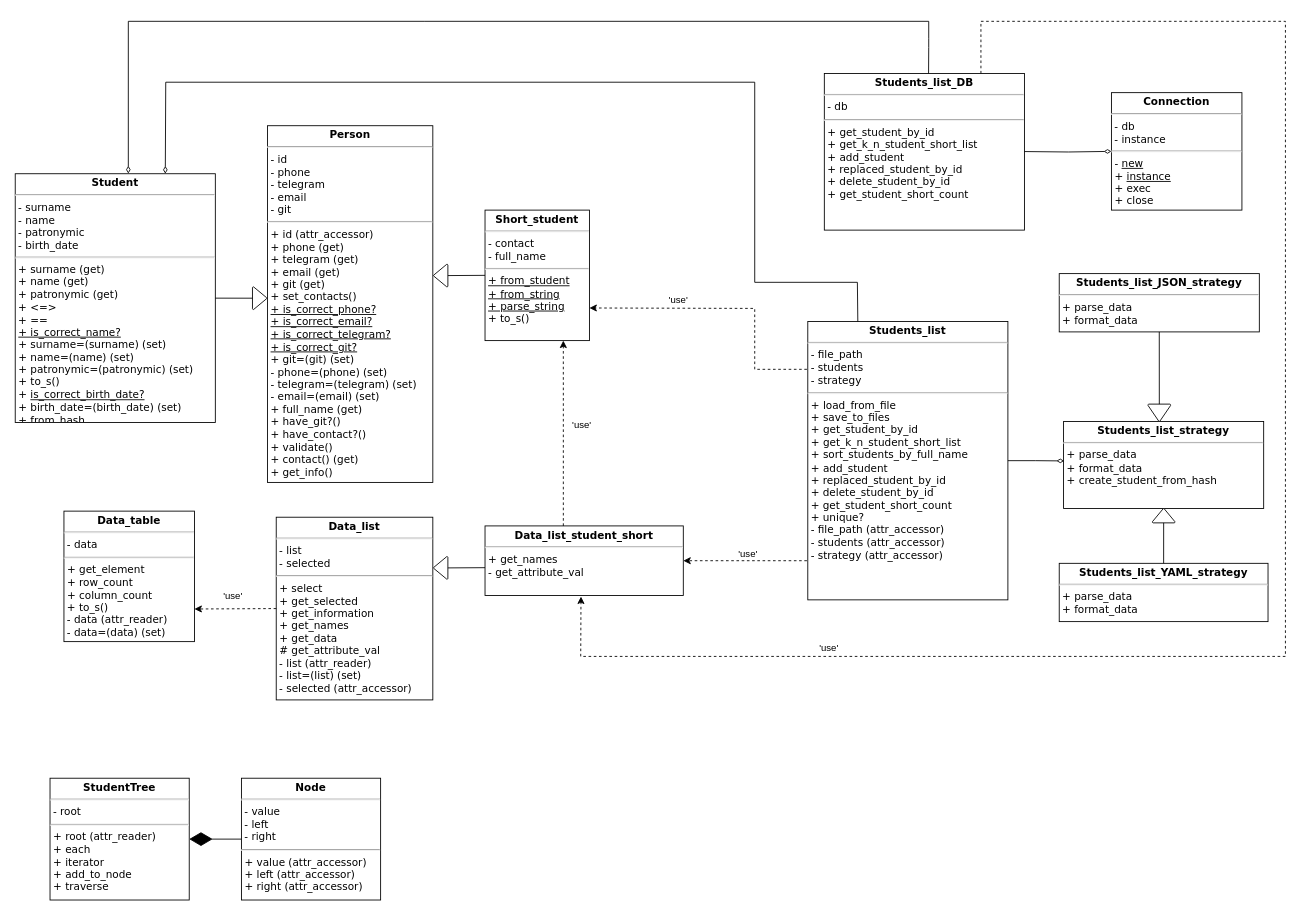
Above: Студенты/Диаграмма_классов.drawio in drpnmr/DesignPatterns (draw.io), before the change. Source tidied: cells renumbered, new cells numbered last; positions are measured from the earlier drawing's top-left corner, leaving out a move shared by most shapes. Both pictures are drawn from the tidied source at 87%, with x=0, y=0 at pixel (15, 21).
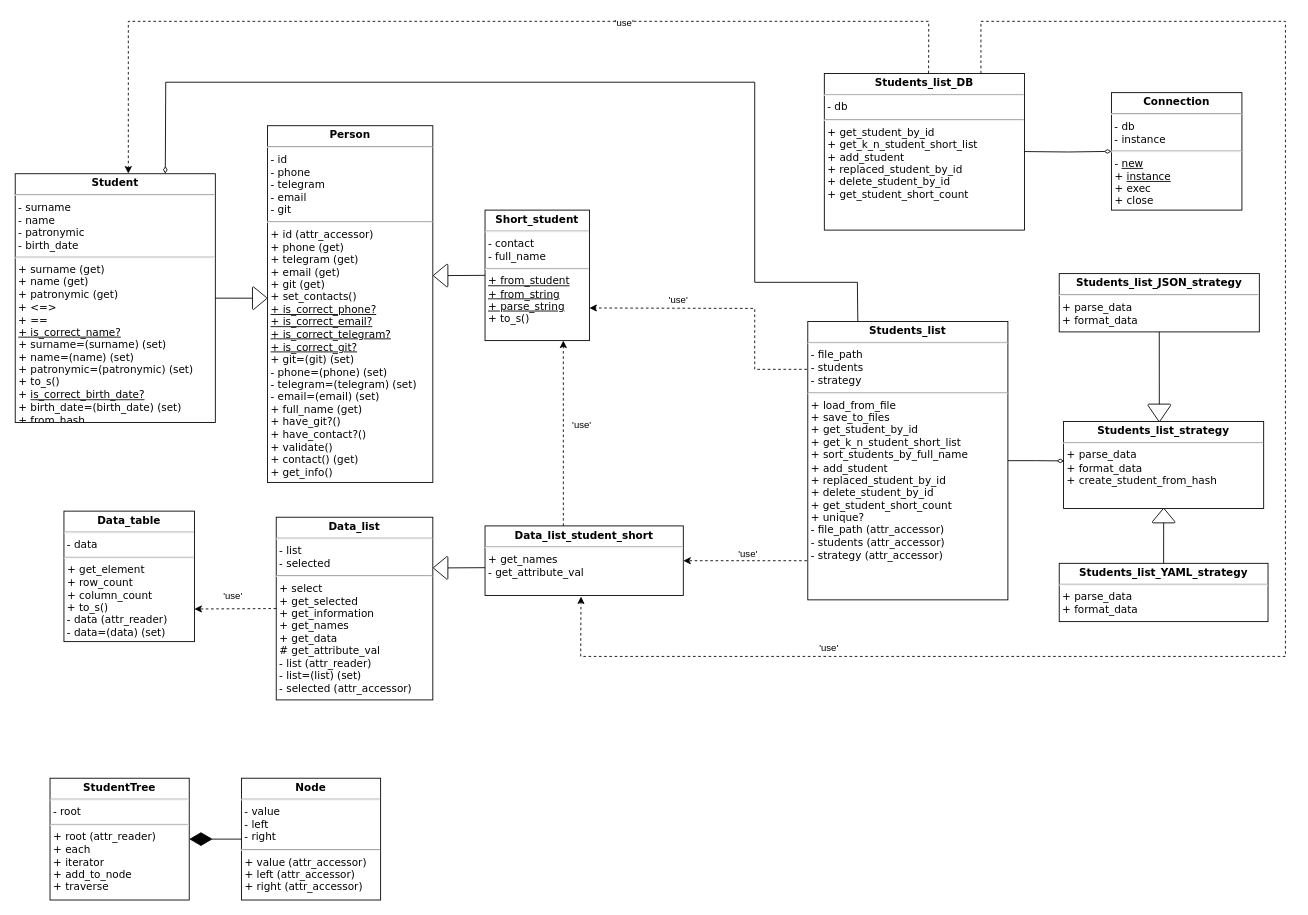
After the change.

Commit message (it also covers changes not shown here):
ЛР4, задание 3.12. Обновление диаграммы классов

Unchanged cells that the change refers to:
```xml
<mxCell id="41" value="&lt;p style=&quot;margin: 4px 0px 0px; text-align: center;&quot;&gt;&lt;b&gt;Students_list_DB&lt;/b&gt;&lt;/p&gt;&lt;hr style=&quot;&quot;&gt;&lt;div style=&quot;border-color: var(--border-color);&quot;&gt;&lt;font style=&quot;font-size: 12px;&quot;&gt;&lt;span style=&quot;background-color: initial;&quot;&gt;&lt;font style=&quot;&quot;&gt;&amp;nbsp;-&lt;/font&gt;&amp;nbsp;db&lt;br&gt;&lt;/span&gt;&lt;/font&gt;&lt;/div&gt;&lt;hr style=&quot;&quot;&gt;&lt;p style=&quot;margin: 0px 0px 0px 4px;&quot;&gt;+ get_student_by_id&lt;/p&gt;&lt;p style=&quot;margin: 0px 0px 0px 4px;&quot;&gt;+ get_k_n_student_short_list&lt;/p&gt;&lt;p style=&quot;margin: 0px 0px 0px 4px;&quot;&gt;+&amp;nbsp;add_student&lt;/p&gt;&lt;div&gt;&amp;nbsp;+ replaced_student_by_id&lt;/div&gt;&lt;div&gt;&amp;nbsp;+ delete_student_by_id&lt;/div&gt;&lt;p style=&quot;margin: 0px 0px 0px 4px;&quot;&gt;&lt;span style=&quot;background-color: transparent; color: light-dark(rgb(0, 0, 0), rgb(255, 255, 255));&quot;&gt;+ get_student_short_count&lt;/span&gt;&lt;span style=&quot;background-color: initial; color: light-dark(rgb(0, 0, 0), rgb(255, 255, 255));&quot;&gt;&amp;nbsp;&lt;/span&gt;&lt;/p&gt;" style="verticalAlign=top;align=left;overflow=fill;fontSize=12;fontFamily=Verdana;html=1;whiteSpace=wrap;spacingLeft=1;spacing=0;spacingTop=0;" parent="1" vertex="1">
  <mxGeometry x="930" y="60" width="230" height="180" as="geometry" />
</mxCell>
```

What changed in the source:
```diff
@@
-    <mxCell id="43" style="endArrow=diamondThin;html=1;rounded=0;entryX=0.75;entryY=0;entryDx=0;entryDy=0;endFill=0;exitX=0.521;exitY=-0.001;exitDx=0;exitDy=0;exitPerimeter=0;" parent="1" edge="1" source="41">
+    <mxCell id="43" style="endArrow=classic;html=1;rounded=0;entryX=0.75;entryY=0;entryDx=0;entryDy=0;endFill=1;exitX=0.521;exitY=-0.001;exitDx=0;exitDy=0;exitPerimeter=0;dashed=1;" parent="1" edge="1" source="41">
       <mxGeometry relative="1" as="geometry">
         <mxPoint x="130" y="175" as="targetPoint" />
         <Array as="points">
           <mxPoint x="1050" y="30" />
           <mxPoint x="1050" y="20" />
           <mxPoint x="1050" />
           <mxPoint x="470" />
           <mxPoint x="130" />
         </Array>
       </mxGeometry>
     </mxCell>
+    <mxCell id="45" value="'use'" style="edgeLabel;html=1;align=center;verticalAlign=middle;" parent="43" vertex="1">
+      <mxGeometry x="-0.29" y="1" relative="1" as="geometry" />
+    </mxCell>
```
